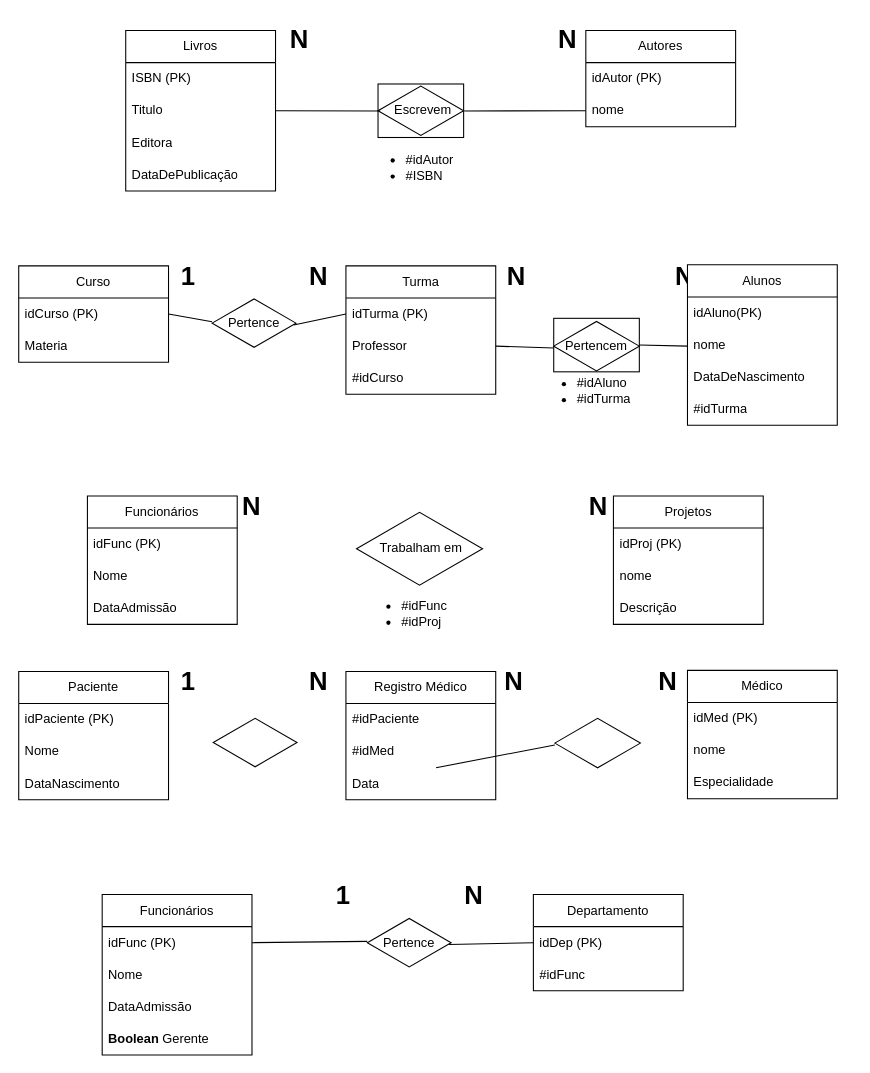
Before: Atividades_Diagramas/Lista1/ex1.drawio in gmgpx/DataBase, a draw.io diagram. Source tidied: cells renumbered, new cells numbered last; positions are measured from the earlier drawing's top-left corner, leaving out a move shared by most shapes. Both pictures are drawn from the tidied source at 107%, with x=0, y=0 at pixel (18, 18).
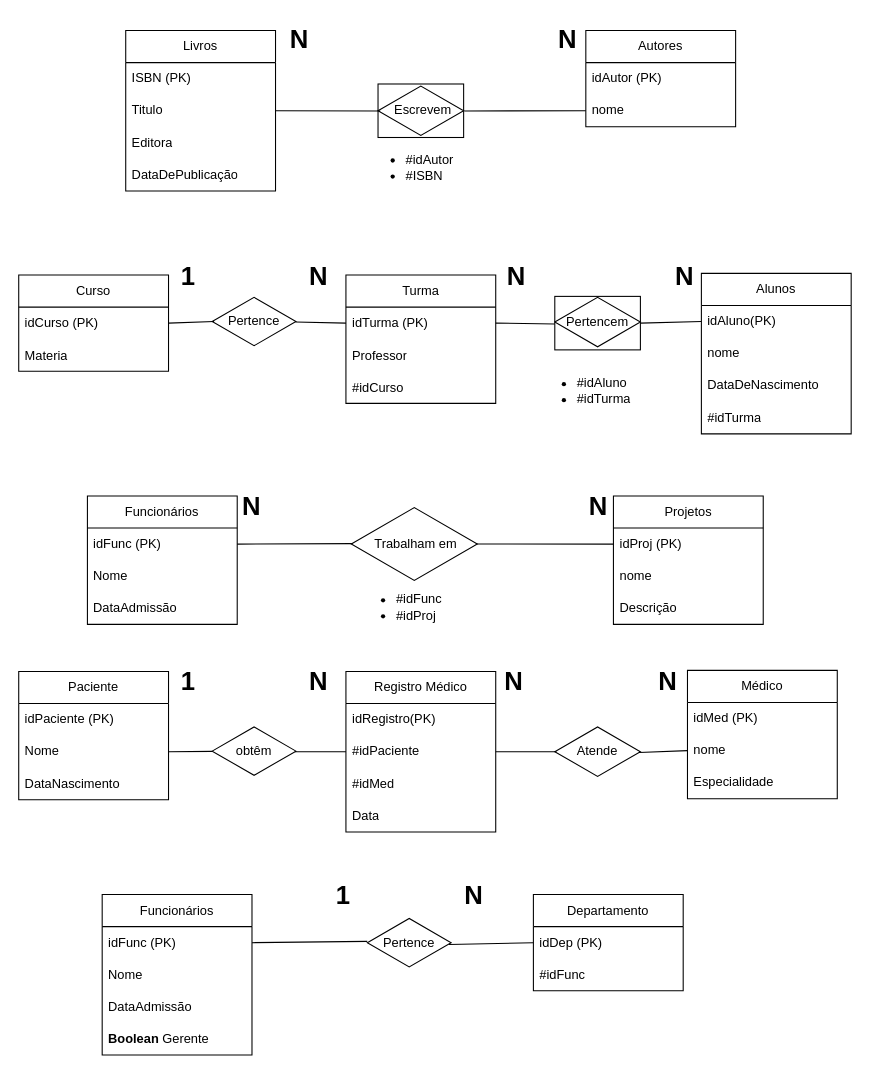
After the change.

The change refers to these unchanged cells:
```xml
<mxCell id="7" value="idTurma (PK)" style="text;strokeColor=none;fillColor=none;align=left;verticalAlign=middle;spacingLeft=4;spacingRight=4;overflow=hidden;points=[[0,0.5],[1,0.5]];portConstraint=eastwest;whiteSpace=wrap;html=1;" parent="6" vertex="1">
  <mxGeometry y="30" width="140" height="30" as="geometry" />
</mxCell>
<mxCell id="8" value="Professor" style="text;strokeColor=none;fillColor=none;align=left;verticalAlign=middle;spacingLeft=4;spacingRight=4;overflow=hidden;points=[[0,0.5],[1,0.5]];portConstraint=eastwest;whiteSpace=wrap;html=1;" parent="6" vertex="1">
  <mxGeometry y="60" width="140" height="30" as="geometry" />
</mxCell>
<mxCell id="11" value="idCurso (PK)" style="text;strokeColor=none;fillColor=none;align=left;verticalAlign=middle;spacingLeft=4;spacingRight=4;overflow=hidden;points=[[0,0.5],[1,0.5]];portConstraint=eastwest;whiteSpace=wrap;html=1;" parent="10" vertex="1">
  <mxGeometry y="30" width="140" height="30" as="geometry" />
</mxCell>
<mxCell id="18" value="idProj (PK)" style="text;strokeColor=none;fillColor=none;align=left;verticalAlign=middle;spacingLeft=4;spacingRight=4;overflow=hidden;points=[[0,0.5],[1,0.5]];portConstraint=eastwest;whiteSpace=wrap;html=1;" parent="17" vertex="1">
  <mxGeometry y="30" width="140" height="30" as="geometry" />
</mxCell>
<mxCell id="22" value="idFunc (PK)" style="text;strokeColor=none;fillColor=none;align=left;verticalAlign=middle;spacingLeft=4;spacingRight=4;overflow=hidden;points=[[0,0.5],[1,0.5]];portConstraint=eastwest;whiteSpace=wrap;html=1;" parent="21" vertex="1">
  <mxGeometry y="30" width="140" height="30" as="geometry" />
</mxCell>
<mxCell id="45" value="idAluno(PK)" style="text;strokeColor=none;fillColor=none;align=left;verticalAlign=middle;spacingLeft=4;spacingRight=4;overflow=hidden;points=[[0,0.5],[1,0.5]];portConstraint=eastwest;whiteSpace=wrap;html=1;" parent="44" vertex="1">
  <mxGeometry y="30" width="140" height="30" as="geometry" />
</mxCell>
<mxCell id="57" value="Nome" style="text;strokeColor=none;fillColor=none;align=left;verticalAlign=middle;spacingLeft=4;spacingRight=4;overflow=hidden;points=[[0,0.5],[1,0.5]];portConstraint=eastwest;whiteSpace=wrap;html=1;" parent="55" vertex="1">
  <mxGeometry y="60" width="140" height="30" as="geometry" />
</mxCell>
<mxCell id="64" value="nome" style="text;strokeColor=none;fillColor=none;align=left;verticalAlign=middle;spacingLeft=4;spacingRight=4;overflow=hidden;points=[[0,0.5],[1,0.5]];portConstraint=eastwest;whiteSpace=wrap;html=1;" parent="62" vertex="1">
  <mxGeometry y="60" width="140" height="30" as="geometry" />
</mxCell>
```

The edit, as a diff of the source:
```diff
@@
     <mxCell id="2" style="rounded=0;whiteSpace=wrap;html=1;" parent="1" vertex="1">
-      <mxGeometry x="500" y="280" width="80" height="50" as="geometry" />
+      <mxGeometry x="501" y="259.5" width="80" height="50" as="geometry" />
     </mxCell>
@@
     <mxCell id="6" value="Turma" style="swimlane;fontStyle=0;horizontal=1;startSize=30;whiteSpace=wrap;html=1;" parent="1" vertex="1">
-      <mxGeometry x="305.8" y="231" width="140" height="120" as="geometry" />
+      <mxGeometry x="305.8" y="239.5" width="140" height="120" as="geometry" />
     </mxCell>
@@
     <mxCell id="10" value="Curso" style="swimlane;fontStyle=0;horizontal=1;startSize=30;whiteSpace=wrap;html=1;" parent="1" vertex="1">
-      <mxGeometry y="231" width="140" height="90" as="geometry" />
+      <mxGeometry y="239.5" width="140" height="90" as="geometry" />
     </mxCell>
@@
     <mxCell id="13" value="Pertence" style="html=1;whiteSpace=wrap;shape=isoRectangle;" parent="1" vertex="1">
-      <mxGeometry x="180.8" y="261" width="78.3" height="47" as="geometry" />
+      <mxGeometry x="180.8" y="259.5" width="78.3" height="47" as="geometry" />
     </mxCell>
     <mxCell id="14" value="Pertencem" style="html=1;whiteSpace=wrap;shape=isoRectangle;" parent="1" vertex="1">
-      <mxGeometry x="500" y="282" width="80" height="48" as="geometry" />
+      <mxGeometry x="501" y="259.5" width="80" height="48" as="geometry" />
     </mxCell>
@@
     <mxCell id="25" value="&lt;div style=&quot;&quot;&gt;&lt;span style=&quot;background-color: initial;&quot;&gt;&amp;nbsp; &amp;nbsp; &amp;nbsp; Trabalham em&lt;/span&gt;&lt;/div&gt;" style="html=1;whiteSpace=wrap;shape=isoRectangle;align=left;" parent="1" vertex="1">
-      <mxGeometry x="315.7" y="460" width="117.8" height="70.7" as="geometry" />
+      <mxGeometry x="310.8" y="455.6" width="117.8" height="70.7" as="geometry" />
     </mxCell>
     <mxCell id="26" value="&lt;ul&gt;&lt;li&gt;&lt;span style=&quot;background-color: initial;&quot;&gt;#idFunc&lt;/span&gt;&lt;br&gt;&lt;/li&gt;&lt;li&gt;#idProj&lt;/li&gt;&lt;/ul&gt;" style="text;strokeColor=none;fillColor=none;html=1;whiteSpace=wrap;verticalAlign=middle;overflow=hidden;" parent="1" vertex="1">
-      <mxGeometry x="315.8" y="516" width="100" height="80" as="geometry" />
+      <mxGeometry x="310.8" y="510" width="100" height="80" as="geometry" />
     </mxCell>
@@
-    <mxCell id="40" style="endArrow=none;html=1;rounded=0;exitX=1;exitY=0.5;exitDx=0;exitDy=0;entryX=0;entryY=0.536;entryDx=0;entryDy=0;entryPerimeter=0;" parent="1" edge="1" source="8" target="14">
+    <mxCell id="40" style="endArrow=none;html=1;rounded=0;exitX=1;exitY=0.5;exitDx=0;exitDy=0;entryX=0;entryY=0.536;entryDx=0;entryDy=0;entryPerimeter=0;" parent="1" edge="1" source="7" target="14">
       <mxGeometry relative="1" as="geometry" />
     </mxCell>
-    <mxCell id="41" style="endArrow=none;html=1;rounded=0;exitX=1;exitY=0.5;exitDx=0;exitDy=0;" parent="1" edge="1" source="2">
-      <mxGeometry relative="1" as="geometry">
-        <mxPoint x="625" y="306" as="targetPoint" />
-      </mxGeometry>
+    <mxCell id="41" style="endArrow=none;html=1;rounded=0;exitX=1;exitY=0.5;exitDx=0;exitDy=0;entryX=0;entryY=0.5;entryDx=0;entryDy=0;" parent="1" edge="1" source="2" target="45">
+      <mxGeometry relative="1" as="geometry" />
     </mxCell>
-    <mxCell id="42" style="endArrow=none;html=1;rounded=0;exitX=0.973;exitY=0.537;exitDx=0;exitDy=0;exitPerimeter=0;entryX=0;entryY=0.5;entryDx=0;entryDy=0;" parent="1" edge="1" source="13" target="7">
+    <mxCell id="42" style="endArrow=none;html=1;rounded=0;entryX=0;entryY=0.5;entryDx=0;entryDy=0;exitX=0.995;exitY=0.509;exitDx=0;exitDy=0;exitPerimeter=0;" parent="1" edge="1" source="13" target="7">
       <mxGeometry relative="1" as="geometry" />
     </mxCell>
-    <mxCell id="43" style="endArrow=none;html=1;rounded=0;exitX=-0.001;exitY=0.474;exitDx=0;exitDy=0;exitPerimeter=0;entryX=1;entryY=0.5;entryDx=0;entryDy=0;" parent="1" edge="1" source="13" target="11">
+    <mxCell id="43" style="endArrow=none;html=1;rounded=0;exitX=0.023;exitY=0.5;exitDx=0;exitDy=0;exitPerimeter=0;entryX=1;entryY=0.5;entryDx=0;entryDy=0;" parent="1" edge="1" source="13" target="11">
       <mxGeometry relative="1" as="geometry" />
     </mxCell>
     <mxCell id="44" value="Alunos" style="swimlane;fontStyle=0;horizontal=1;startSize=30;whiteSpace=wrap;html=1;" parent="1" vertex="1">
-      <mxGeometry x="625" y="230" width="140" height="150" as="geometry" />
+      <mxGeometry x="638" y="238" width="140" height="150" as="geometry" />
     </mxCell>
@@
     <mxCell id="51" value="Registro Médico" style="swimlane;fontStyle=0;horizontal=1;startSize=30;whiteSpace=wrap;html=1;" parent="1" vertex="1">
-      <mxGeometry x="305.8" y="610" width="140" height="120" as="geometry" />
+      <mxGeometry x="305.8" y="610" width="140" height="150" as="geometry" />
     </mxCell>
+    <mxCell id="78" value="idRegistro(PK)" style="text;strokeColor=none;fillColor=none;align=left;verticalAlign=middle;spacingLeft=4;spacingRight=4;overflow=hidden;whiteSpace=wrap;html=1;" parent="51" vertex="1">
+      <mxGeometry y="30" width="140" height="30" as="geometry" />
+    </mxCell>
     <mxCell id="52" value="#idPaciente" style="text;strokeColor=none;fillColor=none;align=left;verticalAlign=middle;spacingLeft=4;spacingRight=4;overflow=hidden;points=[[0,0.5],[1,0.5]];portConstraint=eastwest;whiteSpace=wrap;html=1;" parent="51" vertex="1">
-      <mxGeometry y="30" width="140" height="30" as="geometry" />
+      <mxGeometry y="60" width="140" height="30" as="geometry" />
     </mxCell>
     <mxCell id="53" value="#idMed" style="text;strokeColor=none;fillColor=none;align=left;verticalAlign=middle;spacingLeft=4;spacingRight=4;overflow=hidden;whiteSpace=wrap;html=1;" parent="51" vertex="1">
-      <mxGeometry y="60" width="140" height="30" as="geometry" />
+      <mxGeometry y="90" width="140" height="30" as="geometry" />
     </mxCell>
     <mxCell id="54" value="Data" style="text;strokeColor=none;fillColor=none;align=left;verticalAlign=middle;spacingLeft=4;spacingRight=4;overflow=hidden;whiteSpace=wrap;html=1;" parent="51" vertex="1">
-      <mxGeometry y="90" width="140" height="30" as="geometry" />
+      <mxGeometry y="120" width="140" height="30" as="geometry" />
     </mxCell>
@@
     <mxCell id="59" style="html=1;whiteSpace=wrap;shape=isoRectangle;" parent="1" vertex="1">
-      <mxGeometry x="181.8" y="653" width="78.3" height="47" as="geometry" />
+      <mxGeometry x="180.8" y="661" width="78.3" height="47" as="geometry" />
     </mxCell>
     <mxCell id="60" style="html=1;whiteSpace=wrap;shape=isoRectangle;" parent="1" vertex="1">
-      <mxGeometry x="501" y="653" width="80" height="48" as="geometry" />
+      <mxGeometry x="501" y="661" width="80" height="48" as="geometry" />
     </mxCell>
-    <mxCell id="61" style="endArrow=none;html=1;rounded=0;exitX=1;exitY=0.5;exitDx=0;exitDy=0;entryX=0;entryY=0.536;entryDx=0;entryDy=0;entryPerimeter=0;" parent="1" edge="1" target="60">
-      <mxGeometry relative="1" as="geometry">
-        <mxPoint x="390" y="700" as="sourcePoint" />
-      </mxGeometry>
+    <mxCell id="61" style="endArrow=none;html=1;rounded=0;entryX=0.019;entryY=0.501;entryDx=0;entryDy=0;entryPerimeter=0;exitX=1;exitY=0.5;exitDx=0;exitDy=0;" parent="1" edge="1" source="52" target="60">
+      <mxGeometry relative="1" as="geometry" />
     </mxCell>
@@
+    <mxCell id="79" style="endArrow=none;html=1;entryX=0.983;entryY=0.515;entryDx=0;entryDy=0;entryPerimeter=0;exitX=0;exitY=0.5;exitDx=0;exitDy=0;" parent="1" edge="1" source="64" target="60">
+      <mxGeometry relative="1" as="geometry" />
+    </mxCell>
+    <mxCell id="80" style="endArrow=none;html=1;entryX=0;entryY=0.5;entryDx=0;entryDy=0;" parent="1" edge="1" target="52">
+      <mxGeometry relative="1" as="geometry">
+        <mxPoint x="258" y="685" as="sourcePoint" />
+      </mxGeometry>
+    </mxCell>
+    <mxCell id="81" style="endArrow=none;html=1;exitX=1;exitY=0.5;exitDx=0;exitDy=0;" parent="1" edge="1" source="57" target="59">
+      <mxGeometry relative="1" as="geometry" />
+    </mxCell>
+    <mxCell id="82" value="obtêm" style="text;html=1;strokeColor=none;fillColor=none;align=center;verticalAlign=middle;whiteSpace=wrap;rounded=0;" parent="1" vertex="1">
+      <mxGeometry x="190" y="670" width="60" height="30" as="geometry" />
+    </mxCell>
+    <mxCell id="83" value="Atende" style="text;html=1;strokeColor=none;fillColor=none;align=center;verticalAlign=middle;whiteSpace=wrap;rounded=0;" parent="1" vertex="1">
+      <mxGeometry x="511" y="670" width="60" height="30" as="geometry" />
+    </mxCell>
+    <mxCell id="84" style="endArrow=none;html=1;entryX=0;entryY=0.5;entryDx=0;entryDy=0;exitX=0.987;exitY=0.5;exitDx=0;exitDy=0;exitPerimeter=0;" parent="1" edge="1" source="25" target="18">
+      <mxGeometry relative="1" as="geometry" />
+    </mxCell>
+    <mxCell id="85" style="endArrow=none;html=1;exitX=1;exitY=0.5;exitDx=0;exitDy=0;entryX=0.009;entryY=0.494;entryDx=0;entryDy=0;entryPerimeter=0;" parent="1" edge="1" source="22" target="25">
+      <mxGeometry relative="1" as="geometry" />
+    </mxCell>
```
